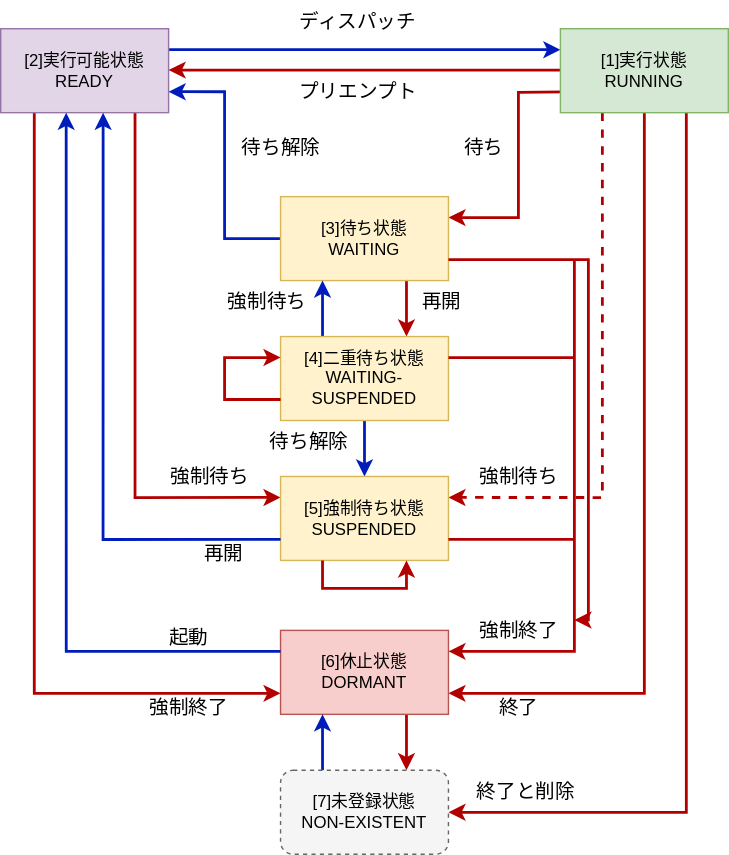
Above: src/fig/state.drawio.svg in sankaku789/grade4-RTOS (draw.io), before the change. Source tidied: cells renumbered, new cells last; positions are measured from the earlier drawing's top-left corner, leaving out a move shared by most shapes.
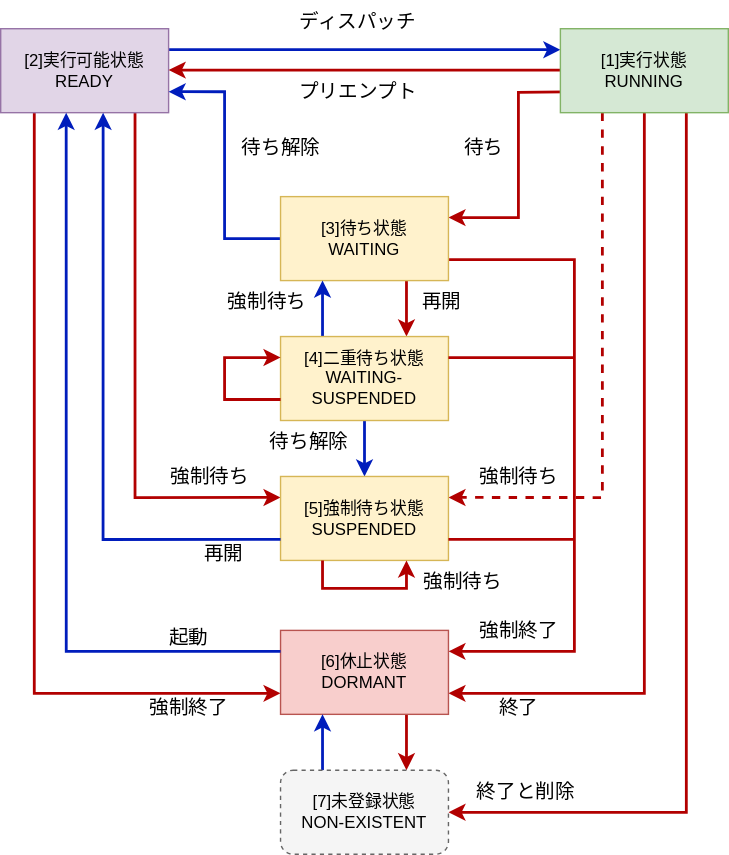
Above is the later version.

The edit, as a diff of the source:
```diff
@@ -43,6 +43,14 @@
     <mxCell id="13" style="edgeStyle=none;html=1;exitX=0.75;exitY=1;exitDx=0;exitDy=0;entryX=0.75;entryY=0;entryDx=0;entryDy=0;fillColor=#e51400;strokeColor=#B20000;strokeWidth=2;" parent="1" edge="1" source="14" target="17">
       <mxGeometry relative="1" as="geometry" />
     </mxCell>
+    <mxCell id="47" style="edgeStyle=orthogonalEdgeStyle;html=1;exitX=1;exitY=0.75;exitDx=0;exitDy=0;entryX=1;entryY=0.25;entryDx=0;entryDy=0;rounded=0;curved=0;strokeWidth=2;fillColor=#e51400;strokeColor=#B20000;" parent="1" edge="1" source="14" target="20">
+      <mxGeometry relative="1" as="geometry">
+        <Array as="points">
+          <mxPoint x="410" y="185" />
+          <mxPoint x="410" y="465" />
+        </Array>
+      </mxGeometry>
+    </mxCell>
     <mxCell id="14" value="[3]待ち状態&lt;div&gt;WAITING&lt;/div&gt;" style="rounded=0;whiteSpace=wrap;html=1;fillColor=#fff2cc;strokeColor=#d6b656;" parent="1" vertex="1">
       <mxGeometry x="200" y="140" width="120" height="60" as="geometry" />
     </mxCell>
@@ -134,17 +142,6 @@
     <mxCell id="38" value="&lt;span style=&quot;font-size: 14px;&quot;&gt;強制待ち&lt;/span&gt;" style="text;html=1;align=center;verticalAlign=middle;strokeColor=none;fillColor=none;" parent="1" vertex="1">
       <mxGeometry x="330" y="325" width="80" height="30" as="geometry" />
     </mxCell>
-    <mxCell id="39" style="edgeStyle=orthogonalEdgeStyle;html=1;exitX=1;exitY=0.75;exitDx=0;exitDy=0;entryX=1;entryY=0.25;entryDx=0;entryDy=0;rounded=0;curved=0;strokeWidth=2;fillColor=#e51400;strokeColor=#B20000;" parent="1" edge="1" source="14" target="30">
-      <mxGeometry relative="1" as="geometry" />
-    </mxCell>
-    <mxCell id="40" style="edgeStyle=orthogonalEdgeStyle;html=1;exitX=1;exitY=0.75;exitDx=0;exitDy=0;entryX=1;entryY=0.25;entryDx=0;entryDy=0;rounded=0;curved=0;strokeWidth=2;fillColor=#e51400;strokeColor=#B20000;" parent="1" edge="1" source="30" target="20">
-      <mxGeometry relative="1" as="geometry">
-        <Array as="points">
-          <mxPoint x="410" y="185" />
-          <mxPoint x="410" y="465" />
-        </Array>
-      </mxGeometry>
-    </mxCell>
     <mxCell id="41" value="&lt;span style=&quot;font-size: 14px;&quot;&gt;終了&lt;/span&gt;" style="text;html=1;align=center;verticalAlign=middle;strokeColor=none;fillColor=none;" parent="1" vertex="1">
       <mxGeometry x="345" y="490" width="50" height="30" as="geometry" />
     </mxCell>
@@ -163,5 +160,8 @@
     <mxCell id="46" value="&lt;span style=&quot;font-size: 14px;&quot;&gt;強制待ち&lt;/span&gt;" style="text;html=1;align=center;verticalAlign=middle;strokeColor=none;fillColor=none;" parent="1" vertex="1">
       <mxGeometry x="109" y="325" width="80" height="30" as="geometry" />
     </mxCell>
+    <mxCell id="48" value="&lt;span style=&quot;font-size: 14px;&quot;&gt;強制待ち&lt;/span&gt;" style="text;html=1;align=center;verticalAlign=middle;strokeColor=none;fillColor=none;" parent="1" vertex="1">
+      <mxGeometry x="290" y="400" width="80" height="30" as="geometry" />
+    </mxCell>
   </root>
 </mxGraphModel>
```
